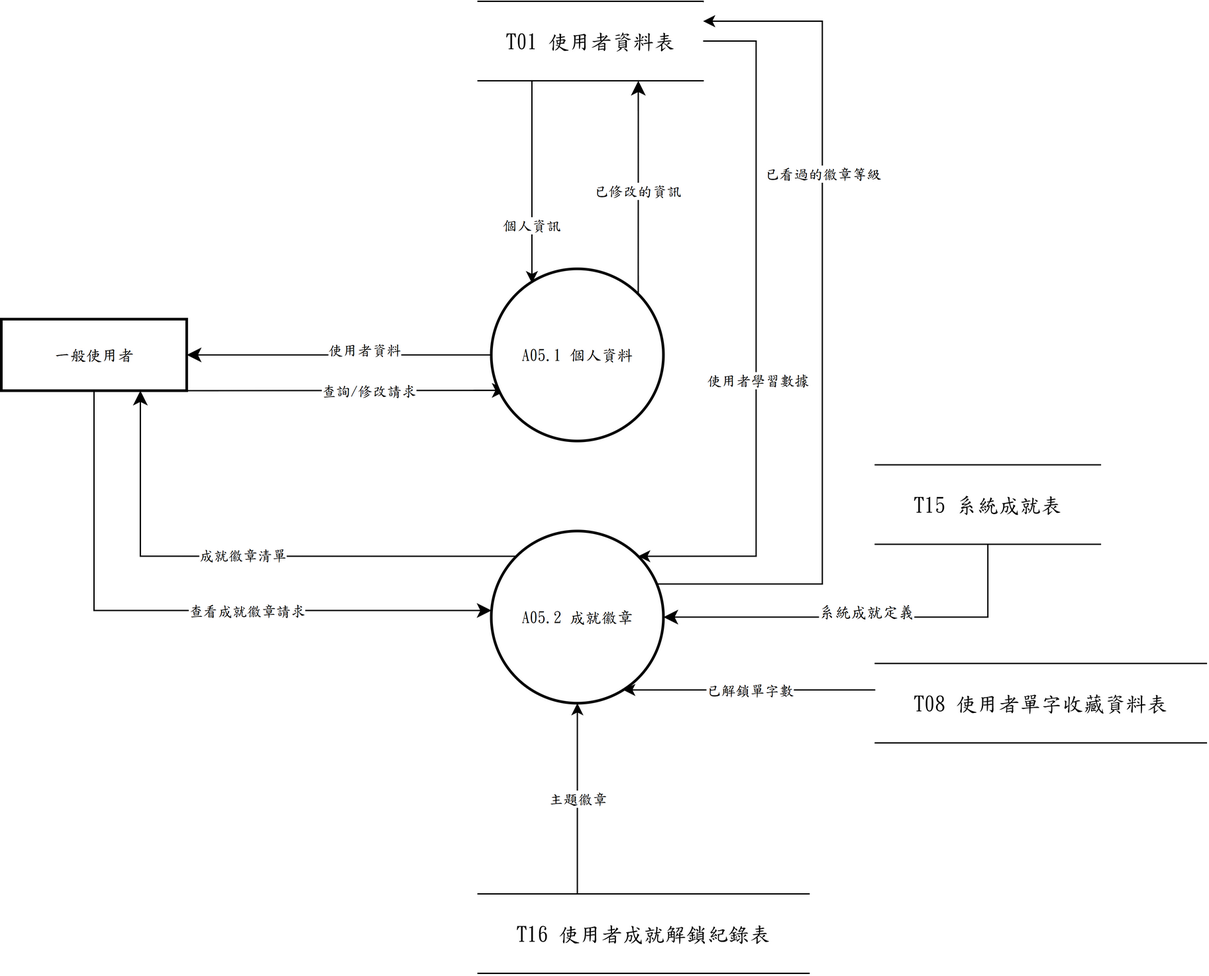
The draw.io diagram 系統文件/第6章/DFD圖/圖5/新/圖5.drawio.png in s22452007/115502, before a commit. Source tidied: cells renumbered, new cells last; positions are measured from the earlier drawing's top-left corner, leaving out a move shared by most shapes.
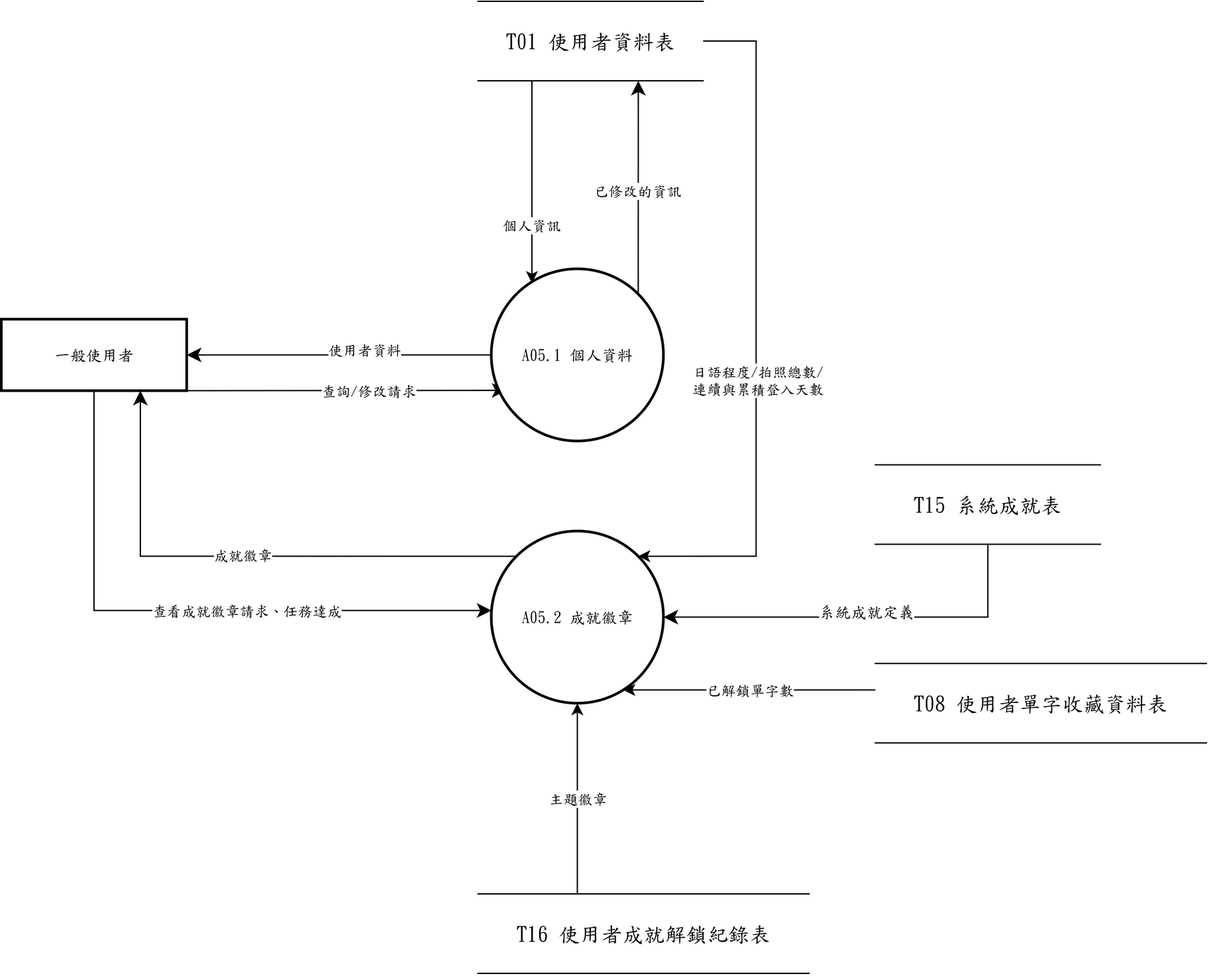
The same file after the commit.

Change to the diagram source:
```diff
@@ -32,7 +32,7 @@
         </Array>
       </mxGeometry>
     </mxCell>
-    <mxCell id="10" value="查看成就徽章請求" style="edgeLabel;html=1;align=center;verticalAlign=middle;fontFamily=標楷體;" parent="9" vertex="1">
+    <mxCell id="10" value="查看成就徽章請求、任務達成" style="edgeLabel;html=1;align=center;verticalAlign=middle;fontFamily=標楷體;" parent="9" vertex="1">
       <mxGeometry x="0.2" relative="1" as="geometry" />
     </mxCell>
     <mxCell id="11" value="一般使用者" style="whiteSpace=wrap;strokeWidth=2;fontFamily=標楷體;" parent="1" vertex="1">
@@ -41,18 +41,13 @@
     <mxCell id="12" value="&lt;span lang=&quot;EN-US&quot; style=&quot;font-size: 12pt;&quot;&gt;T16&amp;nbsp;&lt;/span&gt;&lt;span style=&quot;font-size: 12pt;&quot;&gt;使用者成就解鎖紀錄表&lt;/span&gt;" style="shape=partialRectangle;whiteSpace=wrap;html=1;left=0;right=0;fontFamily=標楷體;" parent="1" vertex="1">
       <mxGeometry x="360" y="674" width="250" height="60" as="geometry" />
     </mxCell>
-    <mxCell id="13" style="edgeStyle=none;curved=1;rounded=0;jettySize=auto;html=1;exitX=1;exitY=0;exitDx=0;exitDy=0;entryX=0.5;entryY=1;entryDx=0;entryDy=0;fontSize=12;startSize=8;endSize=8;fontFamily=標楷體;" parent="1" edge="1" source="26">
-      <mxGeometry relative="1" as="geometry">
-        <mxPoint x="500" y="60" as="targetPoint" />
-      </mxGeometry>
-    </mxCell>
     <mxCell id="14" value="A05.1 個人資料" style="ellipse;strokeWidth=2;whiteSpace=wrap;fontFamily=標楷體;" parent="1" vertex="1">
       <mxGeometry x="370" y="202" width="130" height="130" as="geometry" />
     </mxCell>
     <mxCell id="15" style="rounded=0;jettySize=auto;html=1;exitX=0;exitY=0;exitDx=0;exitDy=0;entryX=0.75;entryY=1;entryDx=0;entryDy=0;fontSize=12;startSize=8;endSize=8;edgeStyle=orthogonalEdgeStyle;fontFamily=標楷體;" parent="1" edge="1" source="17" target="11">
       <mxGeometry relative="1" as="geometry" />
     </mxCell>
-    <mxCell id="16" value="&lt;span style=&quot;font-size: 11px;&quot;&gt;成就徽章清單&lt;/span&gt;" style="edgeLabel;html=1;align=center;verticalAlign=middle;fontSize=12;fontFamily=標楷體;" parent="15" vertex="1">
+    <mxCell id="16" value="&lt;span style=&quot;font-size: 11px;&quot;&gt;成就徽章&lt;/span&gt;" style="edgeLabel;html=1;align=center;verticalAlign=middle;fontSize=12;fontFamily=標楷體;" parent="15" vertex="1">
       <mxGeometry x="0.01" y="-1" relative="1" as="geometry" />
     </mxCell>
     <mxCell id="17" value="A05.2 成就徽章" style="ellipse;strokeWidth=2;whiteSpace=wrap;fontFamily=標楷體;" parent="1" vertex="1">
@@ -66,7 +61,7 @@
         </Array>
       </mxGeometry>
     </mxCell>
-    <mxCell id="19" value="使用者學習數據" style="edgeLabel;html=1;align=center;verticalAlign=middle;fontFamily=標楷體;" parent="18" vertex="1">
+    <mxCell id="19" value="日語程度/拍照總數/&lt;div&gt;連續與累積登入天數&lt;/div&gt;" style="edgeLabel;html=1;align=center;verticalAlign=middle;fontFamily=標楷體;" parent="18" vertex="1">
       <mxGeometry x="0.14" y="1" relative="1" as="geometry" />
     </mxCell>
     <mxCell id="20" style="rounded=0;jettySize=auto;html=1;fontFamily=標楷體;exitX=0.3;exitY=0;exitDx=0;exitDy=0;entryX=0.5;entryY=1;entryDx=0;entryDy=0;edgeStyle=orthogonalEdgeStyle;" parent="1" edge="1" source="12" target="17">
@@ -96,17 +91,6 @@
     <mxCell id="26" value="&lt;span lang=&quot;EN-US&quot; style=&quot;font-size: 12pt;&quot;&gt;T01&amp;nbsp;&lt;/span&gt;&lt;span style=&quot;font-size: 12pt;&quot;&gt;使用者資料表&lt;/span&gt;" style="shape=partialRectangle;whiteSpace=wrap;html=1;left=0;right=0;fontFamily=標楷體;" parent="1" vertex="1">
       <mxGeometry x="360" width="170" height="60" as="geometry" />
     </mxCell>
-    <mxCell id="27" style="rounded=0;jettySize=auto;html=1;fontFamily=標楷體;exitX=0.9615;exitY=0.3077;exitDx=0;exitDy=0;exitPerimeter=0;entryX=1;entryY=0.25;entryDx=0;entryDy=0;edgeStyle=orthogonalEdgeStyle;" parent="1" edge="1" source="17" target="26">
-      <mxGeometry relative="1" as="geometry">
-        <Array as="points">
-          <mxPoint x="620" y="440" />
-          <mxPoint x="620" y="15" />
-        </Array>
-      </mxGeometry>
-    </mxCell>
-    <mxCell id="28" value="已看過的徽章等級" style="edgeLabel;html=1;align=center;verticalAlign=middle;fontFamily=標楷體;" parent="27" vertex="1">
-      <mxGeometry x="0.36" relative="1" as="geometry" />
-    </mxCell>
     <mxCell id="29" value="&lt;span lang=&quot;EN-US&quot; style=&quot;font-size: 12pt;&quot;&gt;T08&amp;nbsp;&lt;/span&gt;&lt;span style=&quot;font-size: 12pt;&quot;&gt;使用者單字收藏資料表&lt;/span&gt;" style="shape=partialRectangle;whiteSpace=wrap;html=1;left=0;right=0;fontFamily=標楷體;" parent="1" vertex="1">
       <mxGeometry x="660" y="500" width="250" height="60" as="geometry" />
     </mxCell>
```
